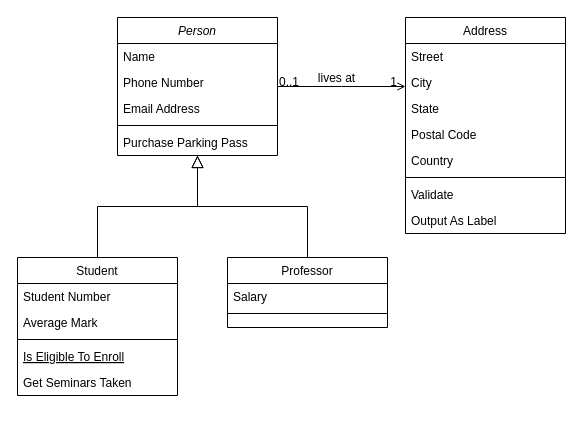
Above: Untitled Diagram.drawio in DeeKay81/DeeKay81 (draw.io), before the change. Source tidied: cells renumbered, new cells numbered last; positions are measured from the earlier drawing's top-left corner, leaving out a move shared by most shapes. Both pictures are drawn from the tidied source at 100%, with x=0, y=0 at pixel (17, 17).
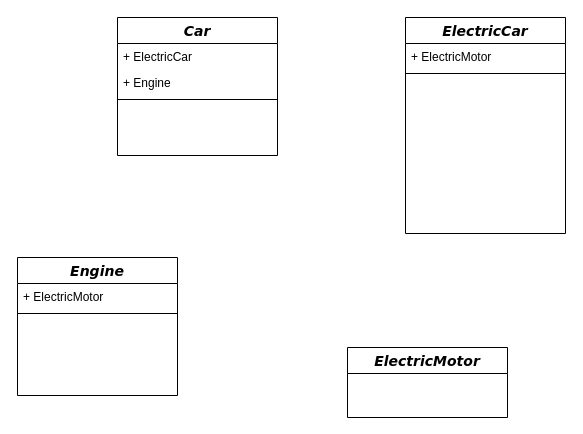
The same diagram, later.

Diff of the diagram source:
```diff
@@
-    <mxCell id="2" value="Person" style="swimlane;fontStyle=2;align=center;verticalAlign=top;horizontal=1;startSize=26;rounded=0;shadow=0;strokeWidth=1;" parent="1" vertex="1">
+    <mxCell id="2" value="Car" style="swimlane;fontStyle=3;align=center;verticalAlign=middle;horizontal=1;startSize=26;rounded=0;shadow=0;strokeWidth=1;fontFamily=Verdana;fontSize=14;" parent="1" vertex="1">
       <mxGeometry x="100" width="160" height="138" as="geometry" />
     </mxCell>
-    <mxCell id="3" value="Name" style="text;align=left;verticalAlign=top;spacingLeft=4;spacingRight=4;overflow=hidden;" parent="2" vertex="1">
+    <mxCell id="3" value="+ ElectricCar" style="text;align=left;verticalAlign=top;spacingLeft=4;spacingRight=4;overflow=hidden;" parent="2" vertex="1">
       <mxGeometry y="26" width="160" height="26" as="geometry" />
     </mxCell>
-    <mxCell id="4" value="Phone Number" style="text;align=left;verticalAlign=top;spacingLeft=4;spacingRight=4;overflow=hidden;rounded=0;shadow=0;html=0;" parent="2" vertex="1">
-      <mxGeometry y="52" width="160" height="26" as="geometry" />
-    </mxCell>
-    <mxCell id="5" value="Email Address" style="text;align=left;verticalAlign=top;spacingLeft=4;spacingRight=4;overflow=hidden;rounded=0;shadow=0;html=0;" parent="2" vertex="1">
-      <mxGeometry y="78" width="160" height="26" as="geometry" />
-    </mxCell>
+    <mxCell id="32" value="+ Engine" style="text;align=left;verticalAlign=top;spacingLeft=4;spacingRight=4;overflow=hidden;" parent="2" vertex="1">
+      <mxGeometry y="52" width="160" height="26" as="geometry" />
+    </mxCell>
     <mxCell id="6" style="line;html=1;strokeWidth=1;align=left;verticalAlign=middle;spacingTop=-1;spacingLeft=3;spacingRight=3;labelPosition=right;" parent="2" vertex="1">
-      <mxGeometry y="104" width="160" height="8" as="geometry" />
+      <mxGeometry y="78" width="160" height="8" as="geometry" />
     </mxCell>
-    <mxCell id="7" value="Purchase Parking Pass" style="text;align=left;verticalAlign=top;spacingLeft=4;spacingRight=4;overflow=hidden;" parent="2" vertex="1">
-      <mxGeometry y="112" width="160" height="26" as="geometry" />
-    </mxCell>
-    <mxCell id="8" value="Student" style="swimlane;fontStyle=0;align=center;verticalAlign=top;horizontal=1;startSize=26;rounded=0;shadow=0;strokeWidth=1;" parent="1" vertex="1">
+    <mxCell id="8" value="Engine" style="swimlane;fontStyle=3;align=center;verticalAlign=middle;horizontal=1;startSize=26;rounded=0;shadow=0;strokeWidth=1;fontFamily=Verdana;fontSize=14;" parent="1" vertex="1">
       <mxGeometry y="240" width="160" height="138" as="geometry" />
     </mxCell>
-    <mxCell id="9" value="Student Number" style="text;align=left;verticalAlign=top;spacingLeft=4;spacingRight=4;overflow=hidden;" parent="8" vertex="1">
+    <mxCell id="9" value="+ ElectricMotor" style="text;align=left;verticalAlign=top;spacingLeft=4;spacingRight=4;overflow=hidden;" parent="8" vertex="1">
       <mxGeometry y="26" width="160" height="26" as="geometry" />
     </mxCell>
-    <mxCell id="10" value="Average Mark" style="text;align=left;verticalAlign=top;spacingLeft=4;spacingRight=4;overflow=hidden;rounded=0;shadow=0;html=0;" parent="8" vertex="1">
-      <mxGeometry y="52" width="160" height="26" as="geometry" />
-    </mxCell>
     <mxCell id="11" style="line;html=1;strokeWidth=1;align=left;verticalAlign=middle;spacingTop=-1;spacingLeft=3;spacingRight=3;labelPosition=right;" parent="8" vertex="1">
-      <mxGeometry y="78" width="160" height="8" as="geometry" />
+      <mxGeometry y="52" width="160" height="8" as="geometry" />
     </mxCell>
-    <mxCell id="12" value="Is Eligible To Enroll" style="text;align=left;verticalAlign=top;spacingLeft=4;spacingRight=4;overflow=hidden;fontStyle=4;" parent="8" vertex="1">
-      <mxGeometry y="86" width="160" height="26" as="geometry" />
-    </mxCell>
-    <mxCell id="13" value="Get Seminars Taken" style="text;align=left;verticalAlign=top;spacingLeft=4;spacingRight=4;overflow=hidden;" parent="8" vertex="1">
-      <mxGeometry y="112" width="160" height="26" as="geometry" />
-    </mxCell>
-    <mxCell id="14" style="endArrow=block;endSize=10;endFill=0;shadow=0;strokeWidth=1;rounded=0;edgeStyle=elbowEdgeStyle;elbow=vertical;" parent="1" edge="1" source="8" target="2">
-      <mxGeometry relative="1" as="geometry" />
-    </mxCell>
-    <mxCell id="15" value="Professor" style="swimlane;fontStyle=0;align=center;verticalAlign=top;horizontal=1;startSize=26;rounded=0;shadow=0;strokeWidth=1;" parent="1" vertex="1">
-      <mxGeometry x="210" y="240" width="160" height="70" as="geometry" />
+    <mxCell id="15" value="ElectricMotor" style="swimlane;fontStyle=3;align=center;verticalAlign=middle;horizontal=1;startSize=26;rounded=0;shadow=0;strokeWidth=1;fontFamily=Verdana;fontSize=14;" parent="1" vertex="1">
+      <mxGeometry x="330" y="330" width="160" height="70" as="geometry" />
     </mxCell>
-    <mxCell id="16" value="Salary" style="text;align=left;verticalAlign=top;spacingLeft=4;spacingRight=4;overflow=hidden;" parent="15" vertex="1">
-      <mxGeometry y="26" width="160" height="26" as="geometry" />
-    </mxCell>
-    <mxCell id="17" style="line;html=1;strokeWidth=1;align=left;verticalAlign=middle;spacingTop=-1;spacingLeft=3;spacingRight=3;labelPosition=right;" parent="15" vertex="1">
-      <mxGeometry y="52" width="160" height="8" as="geometry" />
-    </mxCell>
-    <mxCell id="18" style="endArrow=block;endSize=10;endFill=0;shadow=0;strokeWidth=1;rounded=0;edgeStyle=elbowEdgeStyle;elbow=vertical;" parent="1" edge="1" source="15" target="2">
-      <mxGeometry relative="1" as="geometry" />
-    </mxCell>
-    <mxCell id="19" value="Address" style="swimlane;fontStyle=0;align=center;verticalAlign=top;horizontal=1;startSize=26;rounded=0;shadow=0;strokeWidth=1;" parent="1" vertex="1">
+    <mxCell id="19" value="ElectricCar" style="swimlane;fontStyle=3;align=center;verticalAlign=middle;horizontal=1;startSize=26;rounded=0;shadow=0;strokeWidth=1;fontFamily=Verdana;fontSize=14;" parent="1" vertex="1">
       <mxGeometry x="388" width="160" height="216" as="geometry" />
     </mxCell>
-    <mxCell id="20" value="Street" style="text;align=left;verticalAlign=top;spacingLeft=4;spacingRight=4;overflow=hidden;" parent="19" vertex="1">
+    <mxCell id="20" value="+ ElectricMotor" style="text;align=left;verticalAlign=top;spacingLeft=4;spacingRight=4;overflow=hidden;" parent="19" vertex="1">
       <mxGeometry y="26" width="160" height="26" as="geometry" />
     </mxCell>
-    <mxCell id="21" value="City" style="text;align=left;verticalAlign=top;spacingLeft=4;spacingRight=4;overflow=hidden;rounded=0;shadow=0;html=0;" parent="19" vertex="1">
-      <mxGeometry y="52" width="160" height="26" as="geometry" />
-    </mxCell>
-    <mxCell id="22" value="State" style="text;align=left;verticalAlign=top;spacingLeft=4;spacingRight=4;overflow=hidden;rounded=0;shadow=0;html=0;" parent="19" vertex="1">
-      <mxGeometry y="78" width="160" height="26" as="geometry" />
-    </mxCell>
-    <mxCell id="23" value="Postal Code" style="text;align=left;verticalAlign=top;spacingLeft=4;spacingRight=4;overflow=hidden;rounded=0;shadow=0;html=0;" parent="19" vertex="1">
-      <mxGeometry y="104" width="160" height="26" as="geometry" />
-    </mxCell>
-    <mxCell id="24" value="Country" style="text;align=left;verticalAlign=top;spacingLeft=4;spacingRight=4;overflow=hidden;rounded=0;shadow=0;html=0;" parent="19" vertex="1">
-      <mxGeometry y="130" width="160" height="26" as="geometry" />
-    </mxCell>
     <mxCell id="25" style="line;html=1;strokeWidth=1;align=left;verticalAlign=middle;spacingTop=-1;spacingLeft=3;spacingRight=3;labelPosition=right;" parent="19" vertex="1">
-      <mxGeometry y="156" width="160" height="8" as="geometry" />
+      <mxGeometry y="52" width="160" height="8" as="geometry" />
     </mxCell>
-    <mxCell id="26" value="Validate" style="text;align=left;verticalAlign=top;spacingLeft=4;spacingRight=4;overflow=hidden;" parent="19" vertex="1">
-      <mxGeometry y="164" width="160" height="26" as="geometry" />
-    </mxCell>
-    <mxCell id="27" value="Output As Label" style="text;align=left;verticalAlign=top;spacingLeft=4;spacingRight=4;overflow=hidden;" parent="19" vertex="1">
-      <mxGeometry y="190" width="160" height="26" as="geometry" />
-    </mxCell>
-    <mxCell id="28" style="endArrow=open;shadow=0;strokeWidth=1;rounded=0;endFill=1;edgeStyle=elbowEdgeStyle;elbow=vertical;" parent="1" edge="1" source="2" target="19">
-      <mxGeometry x="0.5" y="41" relative="1" as="geometry">
-        <mxPoint x="-40" y="32" as="offset" />
-      </mxGeometry>
-    </mxCell>
-    <mxCell id="29" value="0..1" style="align=left;verticalAlign=bottom;labelBackgroundColor=none;fontSize=12;" parent="28" vertex="1">
-      <mxGeometry x="-1" relative="1" as="geometry">
-        <mxPoint y="4" as="offset" />
-      </mxGeometry>
-    </mxCell>
-    <mxCell id="30" value="1" style="align=right;verticalAlign=bottom;labelBackgroundColor=none;fontSize=12;" parent="28" vertex="1">
-      <mxGeometry x="1" relative="1" as="geometry">
-        <mxPoint x="-7" y="4" as="offset" />
-      </mxGeometry>
-    </mxCell>
-    <mxCell id="31" value="lives at" style="text;html=1;align=center;verticalAlign=middle;labelBackgroundColor=none;rounded=0;shadow=0;strokeWidth=1;fontSize=12;" parent="28" vertex="1">
-      <mxGeometry x="0.5" y="49" relative="1" as="geometry">
-        <mxPoint x="-38" y="40" as="offset" />
-      </mxGeometry>
-    </mxCell>
```
